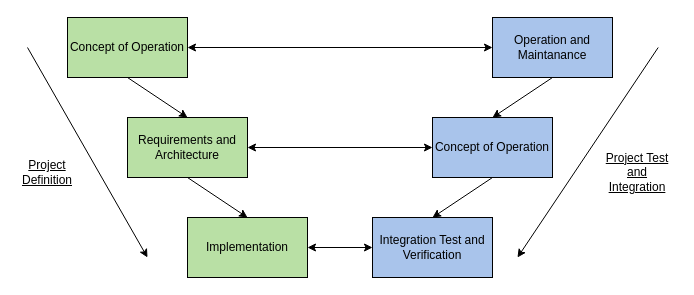
Earlier version of the draw.io diagram ressources/figures/V-Model.drawio (Beomar97/path-planning-docs). Source tidied: cells renumbered, new cells numbered last; positions are measured from the earlier drawing's top-left corner, leaving out a move shared by most shapes. Both pictures are drawn from the tidied source at 100%, with x=0, y=0 at pixel (17, 17).
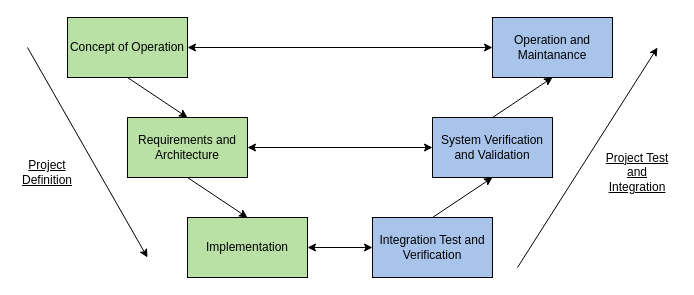
The same diagram, later.

Unchanged cells that the change refers to:
```xml
<mxCell id="5" value="Integration Test and Verification" style="rounded=0;whiteSpace=wrap;html=1;fillColor=#A9C4EB;" parent="1" vertex="1">
  <mxGeometry x="355" y="200" width="120" height="60" as="geometry" />
</mxCell>
<mxCell id="7" value="Operation and Maintanance" style="rounded=0;whiteSpace=wrap;html=1;fillColor=#A9C4EB;" parent="1" vertex="1">
  <mxGeometry x="475" width="120" height="60" as="geometry" />
</mxCell>
```

What changed in the source:
```diff
@@
-    <mxCell id="6" value="Concept of Operation" style="rounded=0;whiteSpace=wrap;html=1;fillColor=#A9C4EB;" parent="1" vertex="1">
+    <mxCell id="6" value="System Verification and Validation" style="rounded=0;whiteSpace=wrap;html=1;fillColor=#A9C4EB;" parent="1" vertex="1">
       <mxGeometry x="415" y="100" width="120" height="60" as="geometry" />
     </mxCell>
@@
-    <mxCell id="9" style="endArrow=classic;html=1;rounded=0;exitX=0.5;exitY=1;exitDx=0;exitDy=0;entryX=0.5;entryY=0;entryDx=0;entryDy=0;" parent="1" edge="1" source="7" target="6">
-      <mxGeometry relative="1" as="geometry" />
-    </mxCell>
-    <mxCell id="10" style="endArrow=classic;html=1;rounded=0;exitX=0.5;exitY=1;exitDx=0;exitDy=0;entryX=0.5;entryY=0;entryDx=0;entryDy=0;" parent="1" edge="1" source="6" target="5">
-      <mxGeometry relative="1" as="geometry" />
-    </mxCell>
@@
     <mxCell id="17" style="endArrow=classic;html=1;rounded=0;" parent="1" edge="1">
       <mxGeometry relative="1" as="geometry">
-        <mxPoint x="640.7" y="30" as="sourcePoint" />
-        <mxPoint x="500" y="240" as="targetPoint" />
+        <mxPoint x="500" y="250" as="sourcePoint" />
+        <mxPoint x="640" y="30" as="targetPoint" />
       </mxGeometry>
     </mxCell>
@@
+    <mxCell id="19" style="endArrow=classic;html=1;rounded=0;entryX=0.5;entryY=1;entryDx=0;entryDy=0;exitX=0.5;exitY=0;exitDx=0;exitDy=0;" parent="1" edge="1" source="5" target="6">
+      <mxGeometry relative="1" as="geometry" />
+    </mxCell>
+    <mxCell id="20" style="endArrow=classic;html=1;rounded=0;entryX=0.5;entryY=1;entryDx=0;entryDy=0;exitX=0.5;exitY=0;exitDx=0;exitDy=0;" parent="1" edge="1" source="6" target="7">
+      <mxGeometry relative="1" as="geometry" />
+    </mxCell>
```
